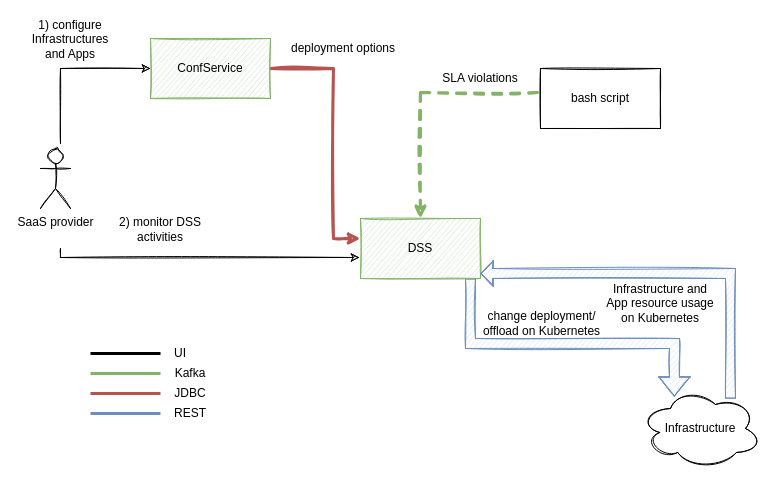
Above: doc/architecture/confservice_dss_no_pledger.drawio in redblade/confservicedss (draw.io), before the change. Source tidied: cells renumbered, new cells numbered last; positions are measured from the earlier drawing's top-left corner, leaving out a move shared by most shapes. Both pictures are drawn from the tidied source at 100%, with x=0, y=0 at pixel (20, 38).
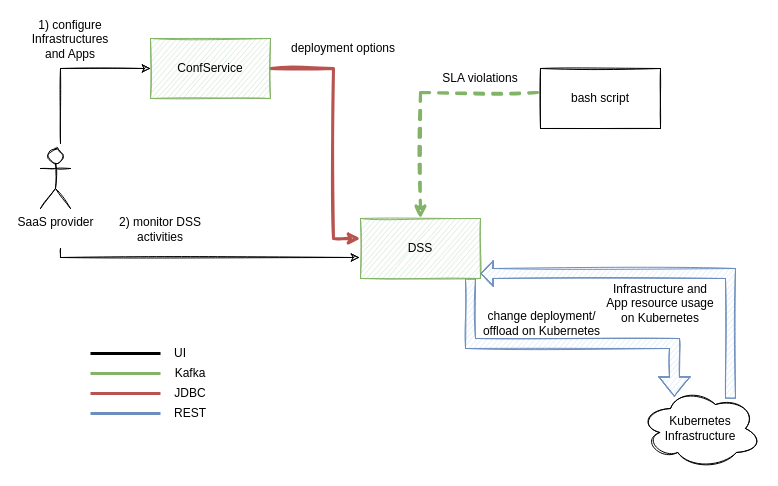
After the change.

The edit, as a diff of the source:
```diff
@@
-    <mxCell id="19" value="Infrastructure" style="ellipse;shape=cloud;whiteSpace=wrap;html=1;shadow=0;sketch=1;" parent="1" vertex="1">
+    <mxCell id="19" value="Kubernetes Infrastructure" style="ellipse;shape=cloud;whiteSpace=wrap;html=1;shadow=0;sketch=1;" parent="1" vertex="1">
       <mxGeometry x="620" y="350" width="120" height="80" as="geometry" />
     </mxCell>
```
